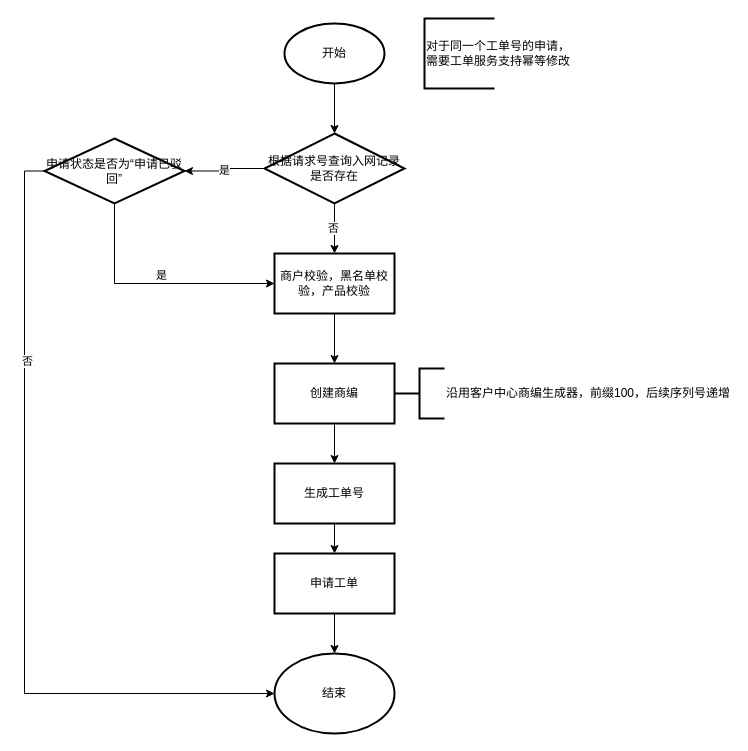
fengyong7723131/work keeps this draw.io diagram as Untitled Diagram.drawio. Above is the earlier version. Source tidied: cells renumbered, new cells numbered last; positions are measured from the earlier drawing's top-left corner, leaving out a move shared by most shapes. Both pictures are drawn from the tidied source at 100%, with x=0, y=0 at pixel (44, 18).
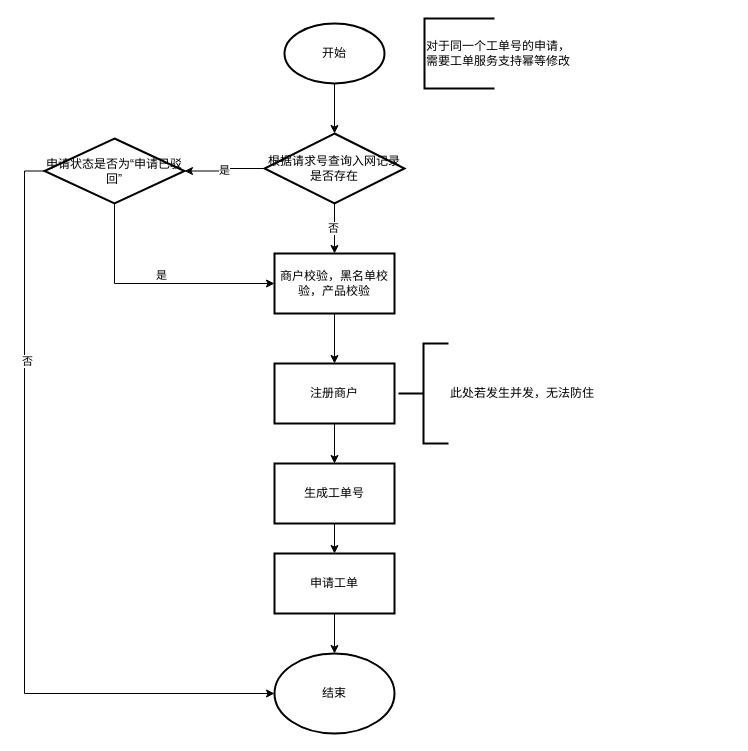
Above is the later version.

Commit message:
亿企通迁移.drawio

What changed in the source:
```diff
@@
-    <mxCell id="7" value="创建商编" style="whiteSpace=wrap;html=1;strokeWidth=2;" parent="1" vertex="1">
+    <mxCell id="7" value="注册商户" style="whiteSpace=wrap;html=1;strokeWidth=2;" parent="1" vertex="1">
       <mxGeometry x="230" y="345" width="120" height="60" as="geometry" />
     </mxCell>
-    <mxCell id="8" value="沿用客户中心商编生成器，前缀100，后续序列号递增" style="strokeWidth=2;html=1;shape=mxgraph.flowchart.annotation_2;align=left;labelPosition=right;" parent="1" vertex="1">
-      <mxGeometry x="350" y="350" width="50" height="50" as="geometry" />
-    </mxCell>
@@
+    <mxCell id="25" value="此处若发生并发，无法防住" style="strokeWidth=2;html=1;shape=mxgraph.flowchart.annotation_2;align=left;labelPosition=right;" parent="1" vertex="1">
+      <mxGeometry x="354" y="325" width="50" height="100" as="geometry" />
+    </mxCell>
```
